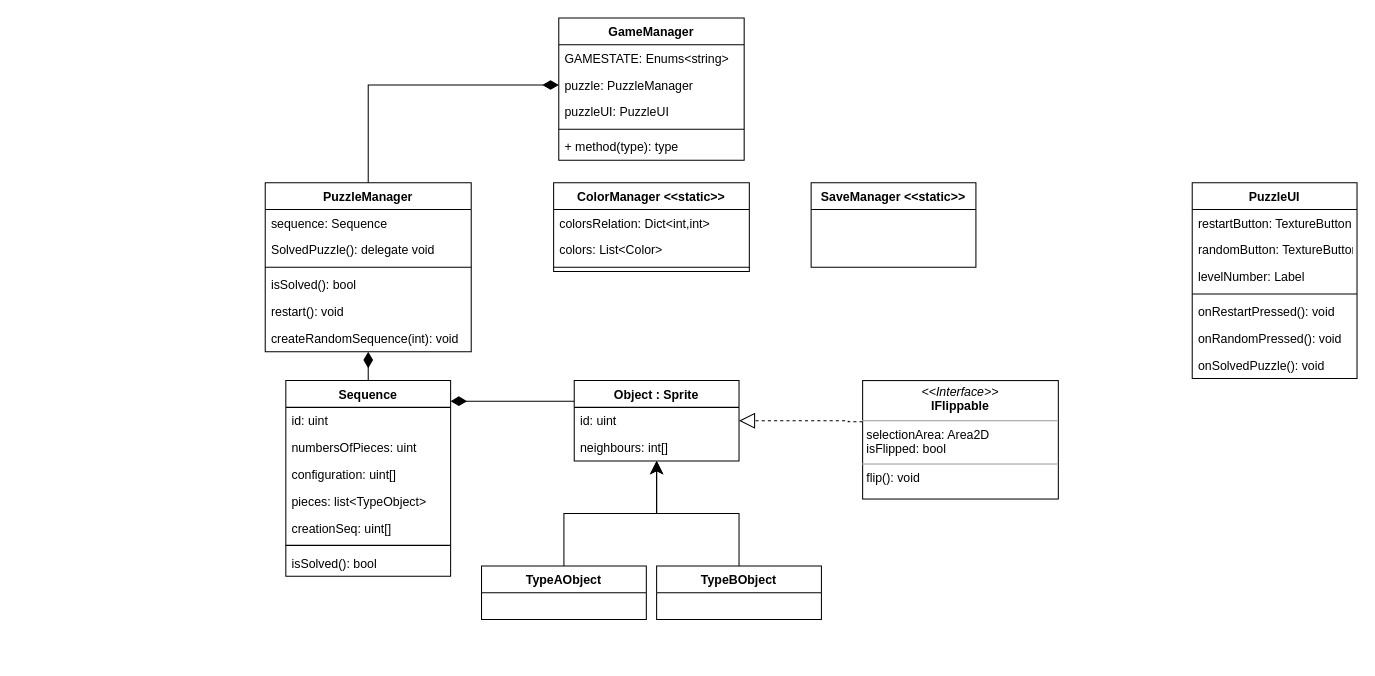
The draw.io diagram ReverseTypeOfGame.drawio in BlankManifold/BasicallyLightsOut, before the edit. Source tidied: cells renumbered, new cells numbered last; positions are measured from the earlier drawing's top-left corner, leaving out a move shared by most shapes. Both pictures are drawn from the tidied source at 103%, with x=0, y=0 at pixel (265, 18).
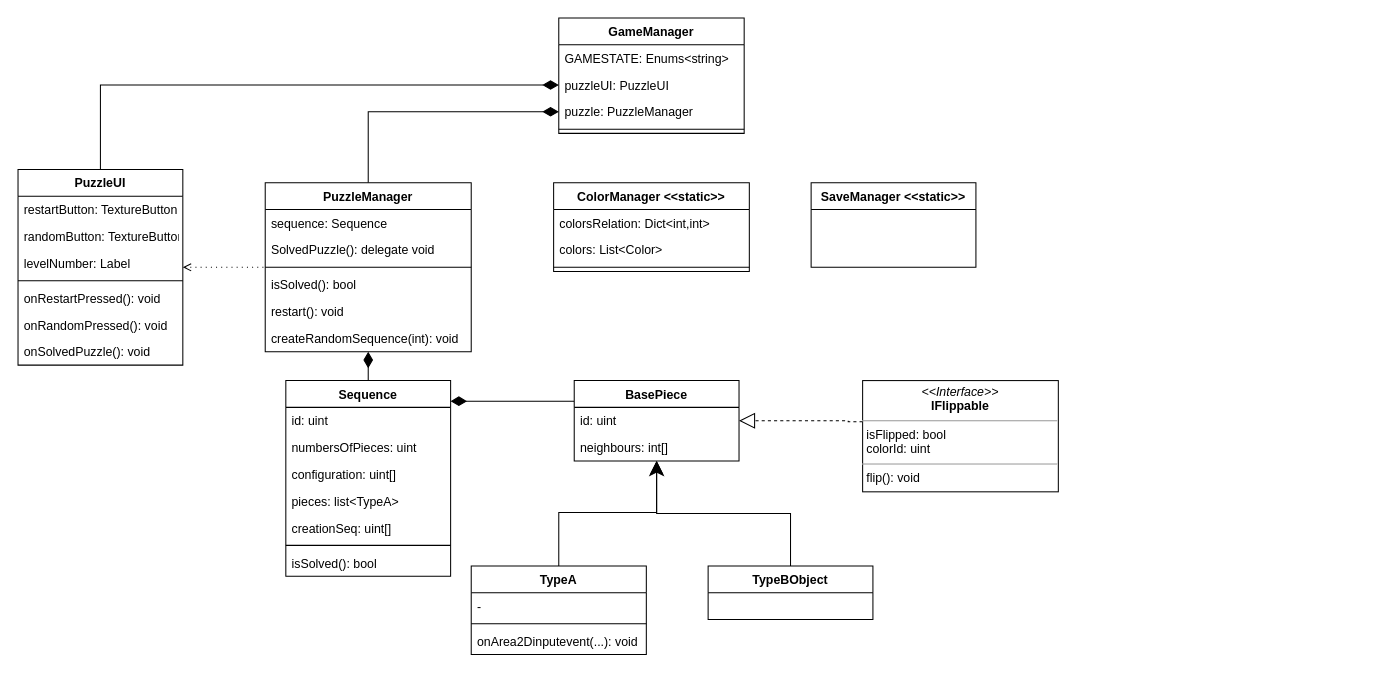
After the change.

Unchanged cells that the change refers to:
```xml
<mxCell id="11" value="Sequence&#10;" style="swimlane;fontStyle=1;align=center;verticalAlign=top;horizontal=1;startSize=26;" parent="1" vertex="1">
  <mxGeometry x="20" y="352" width="160" height="190" as="geometry" />
</mxCell>
<mxCell id="28" value="PuzzleManager" style="swimlane;fontStyle=1;align=center;verticalAlign=top;horizontal=1;startSize=26;" parent="1" vertex="1">
  <mxGeometry y="160" width="200" height="164" as="geometry" />
</mxCell>
```

The edit, as a diff of the source:
```diff
@@
     <mxCell id="2" value="GameManager" style="swimlane;fontStyle=1;align=center;verticalAlign=top;horizontal=1;startSize=26;" parent="1" vertex="1">
-      <mxGeometry x="285" width="180" height="138" as="geometry" />
+      <mxGeometry x="285" width="180" height="112" as="geometry" />
     </mxCell>
@@
+    <mxCell id="5" value="puzzleUI: PuzzleUI " style="text;strokeColor=none;fillColor=none;align=left;verticalAlign=top;spacingLeft=4;spacingRight=4;overflow=hidden;points=[[0,0.5],[1,0.5]];portConstraint=eastwest;" parent="2" vertex="1">
+      <mxGeometry y="52" width="180" height="26" as="geometry" />
+    </mxCell>
     <mxCell id="4" value="puzzle: PuzzleManager" style="text;strokeColor=none;fillColor=none;align=left;verticalAlign=top;spacingLeft=4;spacingRight=4;overflow=hidden;points=[[0,0.5],[1,0.5]];portConstraint=eastwest;" parent="2" vertex="1">
-      <mxGeometry y="52" width="180" height="26" as="geometry" />
+      <mxGeometry y="78" width="180" height="26" as="geometry" />
     </mxCell>
-    <mxCell id="5" value="puzzleUI: PuzzleUI " style="text;strokeColor=none;fillColor=none;align=left;verticalAlign=top;spacingLeft=4;spacingRight=4;overflow=hidden;points=[[0,0.5],[1,0.5]];portConstraint=eastwest;" parent="2" vertex="1">
-      <mxGeometry y="78" width="180" height="26" as="geometry" />
-    </mxCell>
@@
-    <mxCell id="7" value="+ method(type): type" style="text;strokeColor=none;fillColor=none;align=left;verticalAlign=top;spacingLeft=4;spacingRight=4;overflow=hidden;" parent="2" vertex="1">
-      <mxGeometry y="112" width="180" height="26" as="geometry" />
-    </mxCell>
@@
-    <mxCell id="9" value="TypeAObject" style="swimlane;fontStyle=1;align=center;verticalAlign=top;horizontal=1;startSize=26;" parent="1" vertex="1">
-      <mxGeometry x="210" y="532" width="160" height="52" as="geometry" />
-    </mxCell>
@@
-    <mxCell id="15" value="pieces: list&lt;TypeObject&gt;" style="text;strokeColor=none;fillColor=none;align=left;verticalAlign=top;spacingLeft=4;spacingRight=4;overflow=hidden;" parent="11" vertex="1">
+    <mxCell id="15" value="pieces: list&lt;TypeA&gt;" style="text;strokeColor=none;fillColor=none;align=left;verticalAlign=top;spacingLeft=4;spacingRight=4;overflow=hidden;" parent="11" vertex="1">
       <mxGeometry y="104" width="160" height="26" as="geometry" />
     </mxCell>
@@
-    <mxCell id="19" style="edgeStyle=orthogonalEdgeStyle;rounded=0;jettySize=auto;html=1;entryX=0.5;entryY=0;entryDx=0;entryDy=0;strokeWidth=1;endArrow=none;endFill=0;endSize=13;startArrow=classic;startFill=1;startSize=10;" parent="1" edge="1" source="20" target="9">
-      <mxGeometry relative="1" as="geometry" />
-    </mxCell>
-    <mxCell id="20" value="Object : Sprite" style="swimlane;fontStyle=1;align=center;verticalAlign=top;horizontal=1;startSize=26;" parent="1" vertex="1">
+    <mxCell id="20" value="BasePiece&#10;" style="swimlane;fontStyle=1;align=center;verticalAlign=top;horizontal=1;startSize=26;" parent="1" vertex="1">
       <mxGeometry x="300" y="352" width="160" height="78" as="geometry" />
     </mxCell>
@@
-    <mxCell id="24" value="&lt;p style=&quot;margin: 0px ; margin-top: 4px ; text-align: center&quot;&gt;&lt;i&gt;&amp;lt;&amp;lt;Interface&amp;gt;&amp;gt;&lt;/i&gt;&lt;br&gt;&lt;b&gt;IFlippable&lt;/b&gt;&lt;/p&gt;&lt;hr size=&quot;1&quot;&gt;&lt;p style=&quot;margin: 0px ; margin-left: 4px&quot;&gt;selectionArea: Area2D&lt;br&gt;&lt;/p&gt;&lt;p style=&quot;margin: 0px ; margin-left: 4px&quot;&gt;isFlipped: bool&lt;/p&gt;&lt;hr size=&quot;1&quot;&gt;&lt;p style=&quot;margin: 0px ; margin-left: 4px&quot;&gt;flip(): void&lt;/p&gt;" style="verticalAlign=top;align=left;overflow=fill;fontSize=12;fontFamily=Helvetica;html=1;fillColor=#FFFFFF;" parent="1" vertex="1">
-      <mxGeometry x="580" y="352" width="190" height="115" as="geometry" />
+    <mxCell id="24" value="&lt;p style=&quot;margin: 0px ; margin-top: 4px ; text-align: center&quot;&gt;&lt;i&gt;&amp;lt;&amp;lt;Interface&amp;gt;&amp;gt;&lt;/i&gt;&lt;br&gt;&lt;b&gt;IFlippable&lt;/b&gt;&lt;/p&gt;&lt;hr size=&quot;1&quot;&gt;&lt;p style=&quot;margin: 0px ; margin-left: 4px&quot;&gt;&lt;span style=&quot;background-color: initial;&quot;&gt;isFlipped: bool&lt;/span&gt;&lt;br&gt;&lt;/p&gt;&lt;p style=&quot;margin: 0px ; margin-left: 4px&quot;&gt;colorId: uint&lt;/p&gt;&lt;hr size=&quot;1&quot;&gt;&lt;p style=&quot;margin: 0px ; margin-left: 4px&quot;&gt;flip(): void&lt;/p&gt;" style="verticalAlign=top;align=left;overflow=fill;fontSize=12;fontFamily=Helvetica;html=1;fillColor=#FFFFFF;" parent="1" vertex="1">
+      <mxGeometry x="580" y="352" width="190" height="108" as="geometry" />
     </mxCell>
     <mxCell id="25" value="TypeBObject" style="swimlane;fontStyle=1;align=center;verticalAlign=top;horizontal=1;startSize=26;" parent="1" vertex="1">
-      <mxGeometry x="380" y="532" width="160" height="52" as="geometry" />
+      <mxGeometry x="430" y="532" width="160" height="52" as="geometry" />
     </mxCell>
@@
+    <mxCell id="48" style="edgeStyle=orthogonalEdgeStyle;rounded=0;jettySize=auto;html=1;exitX=0.5;exitY=0;exitDx=0;exitDy=0;entryX=0;entryY=0.5;entryDx=0;entryDy=0;endArrow=diamondThin;endFill=1;endSize=13;" parent="1" edge="1" source="40" target="5">
+      <mxGeometry relative="1" as="geometry" />
+    </mxCell>
+    <mxCell id="49" style="edgeStyle=orthogonalEdgeStyle;rounded=0;jettySize=auto;html=1;endArrow=none;endFill=0;endSize=13;dashed=1;dashPattern=1 4;startArrow=open;startFill=0;" parent="1" edge="1" source="40" target="28">
+      <mxGeometry relative="1" as="geometry" />
+    </mxCell>
     <mxCell id="40" value="PuzzleUI" style="swimlane;fontStyle=1;align=center;verticalAlign=top;horizontal=1;startSize=26;" parent="1" vertex="1">
-      <mxGeometry x="900" y="160" width="160" height="190" as="geometry" />
+      <mxGeometry x="-240" y="147" width="160" height="190" as="geometry" />
     </mxCell>
@@
+    <mxCell id="50" style="edgeStyle=orthogonalEdgeStyle;rounded=0;orthogonalLoop=1;jettySize=auto;html=1;exitX=0.5;exitY=1;exitDx=0;exitDy=0;dashed=1;dashPattern=1 4;startArrow=open;startFill=0;endArrow=none;endFill=0;endSize=13;" parent="1" edge="1" source="24" target="24">
+      <mxGeometry relative="1" as="geometry" />
+    </mxCell>
+    <mxCell id="51" style="edgeStyle=orthogonalEdgeStyle;rounded=0;jettySize=auto;html=1;startArrow=none;startFill=0;endArrow=classic;endFill=1;endSize=12;" parent="1" edge="1" source="52" target="20">
+      <mxGeometry relative="1" as="geometry">
+        <Array as="points">
+          <mxPoint x="285" y="480" />
+          <mxPoint x="380" y="480" />
+        </Array>
+      </mxGeometry>
+    </mxCell>
+    <mxCell id="52" value="TypeA" style="swimlane;fontStyle=1;align=center;verticalAlign=top;horizontal=1;startSize=26;" parent="1" vertex="1">
+      <mxGeometry x="200" y="532" width="170" height="86" as="geometry" />
+    </mxCell>
+    <mxCell id="53" value="-" style="text;strokeColor=none;fillColor=none;align=left;verticalAlign=top;spacingLeft=4;spacingRight=4;overflow=hidden;" parent="52" vertex="1">
+      <mxGeometry y="26" width="170" height="26" as="geometry" />
+    </mxCell>
+    <mxCell id="54" style="line;strokeWidth=1;fillColor=none;align=left;verticalAlign=middle;spacingTop=-1;spacingLeft=3;spacingRight=3;labelPosition=right;strokeColor=inherit;" parent="52" vertex="1">
+      <mxGeometry y="52" width="170" height="8" as="geometry" />
+    </mxCell>
+    <mxCell id="55" value="onArea2Dinputevent(...): void" style="text;strokeColor=none;fillColor=none;align=left;verticalAlign=top;spacingLeft=4;spacingRight=4;overflow=hidden;" parent="52" vertex="1">
+      <mxGeometry y="60" width="170" height="26" as="geometry" />
+    </mxCell>
```
